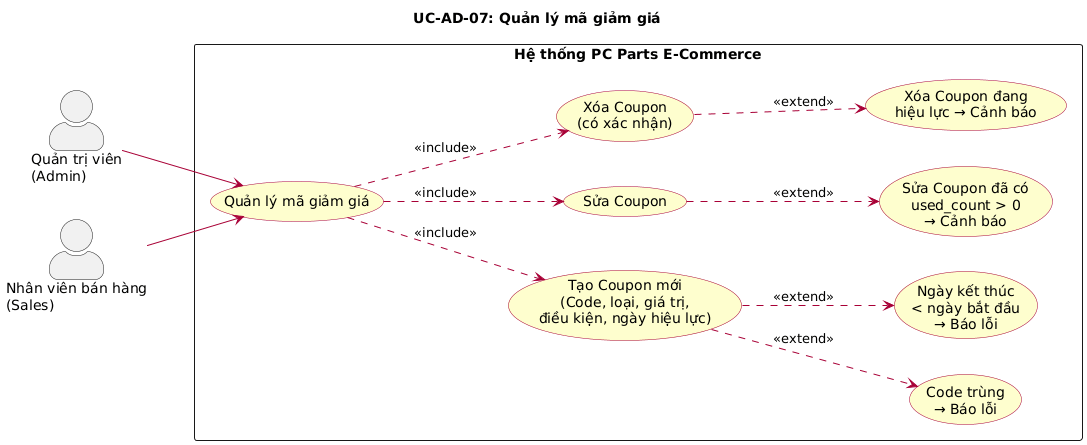
The PlantUML diagram docs/diagrams/images/uc_AD07_quan_ly_coupon.png in huuhieu56/PC-Parts-ECommerce, before a commit. Its diagram source:
```plantuml
@startuml
left to right direction
skinparam actorStyle awesome
skinparam packageStyle rectangle
skinparam usecase {
  BackgroundColor #FEFECE
  BorderColor #A80036
  ArrowColor #A80036
}

title UC-AD-07: Quản lý mã giảm giá

actor "Quản trị viên\n(Admin)" as Admin
actor "Nhân viên bán hàng\n(Sales)" as Sales

rectangle "Hệ thống PC Parts E-Commerce" {
  usecase "Quản lý mã giảm giá" as UC_COUPON
  usecase "Tạo Coupon mới\n(Code, loại, giá trị,\nđiều kiện, ngày hiệu lực)" as UC_CREATE
  usecase "Sửa Coupon" as UC_EDIT
  usecase "Xóa Coupon\n(có xác nhận)" as UC_DEL
  usecase "Code trùng\n→ Báo lỗi" as UC_ERR_DUP
  usecase "Ngày kết thúc\n< ngày bắt đầu\n→ Báo lỗi" as UC_ERR_DATE
  usecase "Sửa Coupon đã có\nused_count > 0\n→ Cảnh báo" as UC_WARN_USED
  usecase "Xóa Coupon đang\nhiệu lực → Cảnh báo" as UC_WARN_ACTIVE
}

Admin --> UC_COUPON
Sales --> UC_COUPON

UC_COUPON ..> UC_CREATE : <<include>>
UC_COUPON ..> UC_EDIT : <<include>>
UC_COUPON ..> UC_DEL : <<include>>
UC_CREATE ..> UC_ERR_DUP : <<extend>>
UC_CREATE ..> UC_ERR_DATE : <<extend>>
UC_EDIT ..> UC_WARN_USED : <<extend>>
UC_DEL ..> UC_WARN_ACTIVE : <<extend>>
@enduml
```
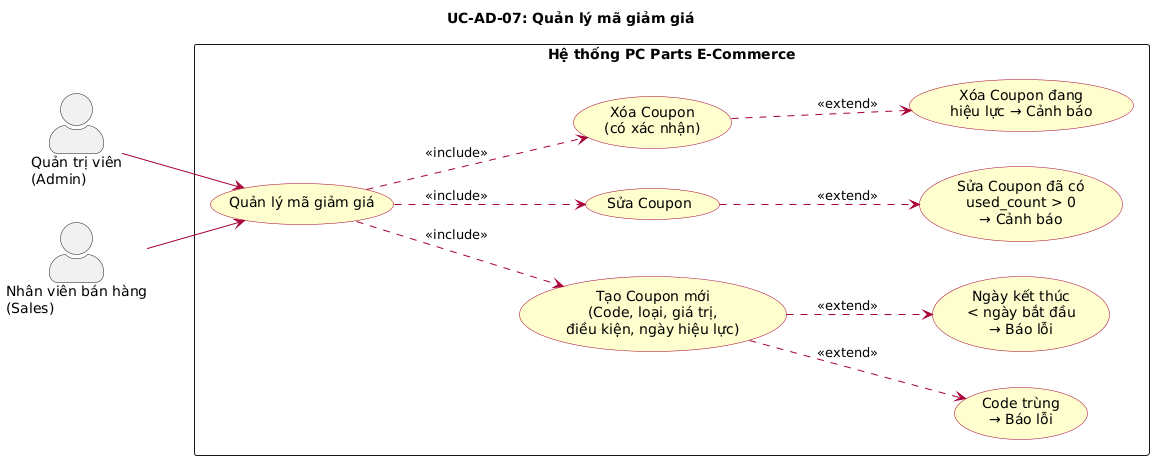
After the commit.

The edit, as a diff of the source:
```diff
@@ -1,4 +1,4 @@
-@startuml
+@startuml uc_AD07_quan_ly_coupon
 left to right direction
 skinparam actorStyle awesome
 skinparam packageStyle rectangle
@@ -34,4 +34,5 @@
 UC_CREATE ..> UC_ERR_DATE : <<extend>>
 UC_EDIT ..> UC_WARN_USED : <<extend>>
 UC_DEL ..> UC_WARN_ACTIVE : <<extend>>
+
 @enduml
```
